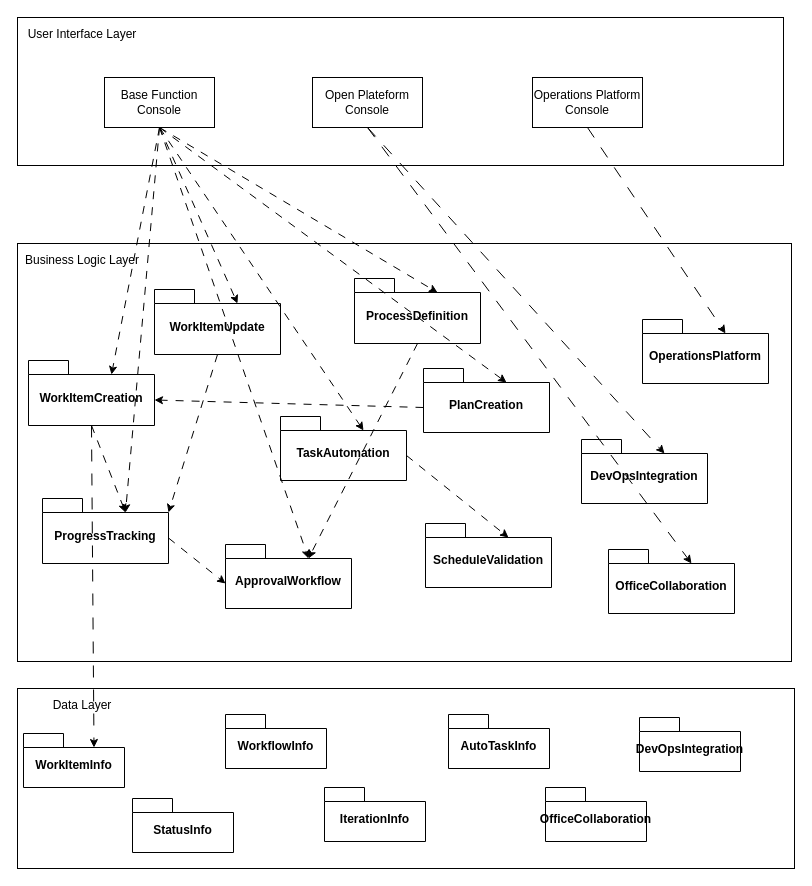
This is 系统逻辑视图.drawio from qf2020/drawio, a draw.io file, before an edit. Source tidied: cells renumbered, new cells numbered last; positions are measured from the earlier drawing's top-left corner, leaving out a move shared by most shapes. Both pictures are drawn from the tidied source at 100%, with x=0, y=0 at pixel (17, 17).
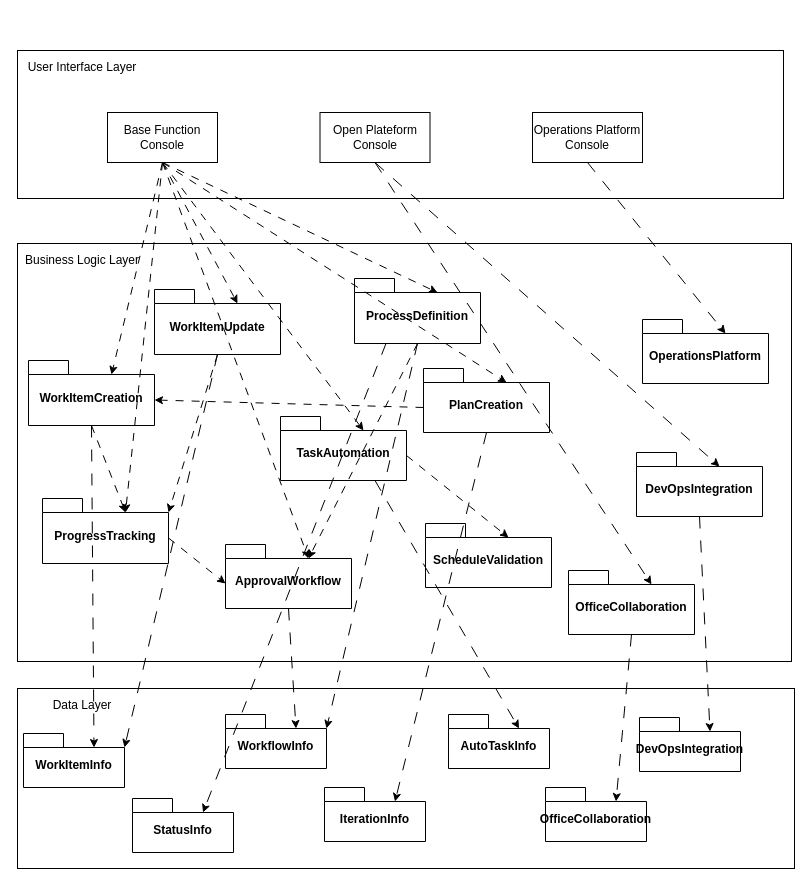
After the change.

Commit message:
更新系统逻辑视图.drawio

The change refers to these unchanged cells:
```xml
<mxCell id="12" value="WorkItemUpdate" style="shape=folder;fontStyle=1;spacingTop=10;tabWidth=40;tabHeight=14;tabPosition=left;html=1;whiteSpace=wrap;" parent="1" vertex="1">
  <mxGeometry x="137" y="272" width="126" height="65" as="geometry" />
</mxCell>
<mxCell id="14" value="ProcessDefinition" style="shape=folder;fontStyle=1;spacingTop=10;tabWidth=40;tabHeight=14;tabPosition=left;html=1;whiteSpace=wrap;" parent="1" vertex="1">
  <mxGeometry x="337" y="261" width="126" height="65" as="geometry" />
</mxCell>
<mxCell id="15" value="ApprovalWorkflow" style="shape=folder;fontStyle=1;spacingTop=10;tabWidth=40;tabHeight=14;tabPosition=left;html=1;whiteSpace=wrap;" parent="1" vertex="1">
  <mxGeometry x="208" y="527" width="126" height="64" as="geometry" />
</mxCell>
<mxCell id="16" value="PlanCreation" style="shape=folder;fontStyle=1;spacingTop=10;tabWidth=40;tabHeight=14;tabPosition=left;html=1;whiteSpace=wrap;" parent="1" vertex="1">
  <mxGeometry x="406" y="351" width="126" height="64" as="geometry" />
</mxCell>
<mxCell id="18" value="TaskAutomation" style="shape=folder;fontStyle=1;spacingTop=10;tabWidth=40;tabHeight=14;tabPosition=left;html=1;whiteSpace=wrap;" parent="1" vertex="1">
  <mxGeometry x="263" y="399" width="126" height="64" as="geometry" />
</mxCell>
<mxCell id="22" value="WorkItemInfo" style="shape=folder;fontStyle=1;spacingTop=10;tabWidth=40;tabHeight=14;tabPosition=left;html=1;whiteSpace=wrap;" parent="1" vertex="1">
  <mxGeometry x="6" y="716" width="101" height="54" as="geometry" />
</mxCell>
<mxCell id="23" value="StatusInfo" style="shape=folder;fontStyle=1;spacingTop=10;tabWidth=40;tabHeight=14;tabPosition=left;html=1;whiteSpace=wrap;" parent="1" vertex="1">
  <mxGeometry x="115" y="781" width="101" height="54" as="geometry" />
</mxCell>
<mxCell id="24" value="WorkflowInfo" style="shape=folder;fontStyle=1;spacingTop=10;tabWidth=40;tabHeight=14;tabPosition=left;html=1;whiteSpace=wrap;" parent="1" vertex="1">
  <mxGeometry x="208" y="697" width="101" height="54" as="geometry" />
</mxCell>
<mxCell id="25" value="IterationInfo" style="shape=folder;fontStyle=1;spacingTop=10;tabWidth=40;tabHeight=14;tabPosition=left;html=1;whiteSpace=wrap;" parent="1" vertex="1">
  <mxGeometry x="307" y="770" width="101" height="54" as="geometry" />
</mxCell>
<mxCell id="26" value="AutoTaskInfo" style="shape=folder;fontStyle=1;spacingTop=10;tabWidth=40;tabHeight=14;tabPosition=left;html=1;whiteSpace=wrap;" parent="1" vertex="1">
  <mxGeometry x="431" y="697" width="101" height="54" as="geometry" />
</mxCell>
<mxCell id="27" value="DevOpsIntegration" style="shape=folder;fontStyle=1;spacingTop=10;tabWidth=40;tabHeight=14;tabPosition=left;html=1;whiteSpace=wrap;" parent="1" vertex="1">
  <mxGeometry x="622" y="700" width="101" height="54" as="geometry" />
</mxCell>
<mxCell id="28" value="OfficeCollaboration" style="shape=folder;fontStyle=1;spacingTop=10;tabWidth=40;tabHeight=14;tabPosition=left;html=1;whiteSpace=wrap;" parent="1" vertex="1">
  <mxGeometry x="528" y="770" width="101" height="54" as="geometry" />
</mxCell>
```

What changed in the source:
```diff
@@
     <mxCell id="2" style="rounded=0;whiteSpace=wrap;html=1;" parent="1" vertex="1">
-      <mxGeometry width="766" height="148" as="geometry" />
+      <mxGeometry y="33" width="766" height="148" as="geometry" />
     </mxCell>
@@
     <mxCell id="5" value="User Interface Layer" style="text;html=1;align=center;verticalAlign=middle;whiteSpace=wrap;rounded=0;" parent="1" vertex="1">
-      <mxGeometry width="130" height="33" as="geometry" />
+      <mxGeometry y="33" width="130" height="33" as="geometry" />
     </mxCell>
@@
     <mxCell id="9" value="Base Function Console" style="html=1;whiteSpace=wrap;" parent="1" vertex="1">
-      <mxGeometry x="87" y="60" width="110" height="50" as="geometry" />
+      <mxGeometry x="90" y="95" width="110" height="50" as="geometry" />
     </mxCell>
     <mxCell id="10" value="Operations Platform Console" style="html=1;whiteSpace=wrap;" parent="1" vertex="1">
-      <mxGeometry x="515" y="60" width="110" height="50" as="geometry" />
+      <mxGeometry x="515" y="95" width="110" height="50" as="geometry" />
     </mxCell>
     <mxCell id="11" value="Open Plateform Console" style="html=1;whiteSpace=wrap;" parent="1" vertex="1">
-      <mxGeometry x="295" y="60" width="110" height="50" as="geometry" />
+      <mxGeometry x="302.5" y="95" width="110" height="50" as="geometry" />
     </mxCell>
@@
     <mxCell id="19" value="DevOpsIntegration" style="shape=folder;fontStyle=1;spacingTop=10;tabWidth=40;tabHeight=14;tabPosition=left;html=1;whiteSpace=wrap;" parent="1" vertex="1">
-      <mxGeometry x="564" y="422" width="126" height="64" as="geometry" />
+      <mxGeometry x="619" y="435" width="126" height="64" as="geometry" />
     </mxCell>
     <mxCell id="20" value="OfficeCollaboration" style="shape=folder;fontStyle=1;spacingTop=10;tabWidth=40;tabHeight=14;tabPosition=left;html=1;whiteSpace=wrap;" parent="1" vertex="1">
-      <mxGeometry x="591" y="532" width="126" height="64" as="geometry" />
+      <mxGeometry x="551" y="553" width="126" height="64" as="geometry" />
     </mxCell>
@@
+    <mxCell id="46" style="rounded=0;jettySize=auto;html=1;exitX=0.5;exitY=1;exitDx=0;exitDy=0;exitPerimeter=0;entryX=0;entryY=0;entryDx=101;entryDy=14;entryPerimeter=0;dashed=1;dashPattern=12 12;" parent="1" edge="1" source="12" target="22">
+      <mxGeometry relative="1" as="geometry" />
+    </mxCell>
+    <mxCell id="47" style="rounded=0;jettySize=auto;html=1;exitX=0.5;exitY=1;exitDx=0;exitDy=0;exitPerimeter=0;entryX=0;entryY=0;entryDx=70.5;entryDy=14;entryPerimeter=0;dashed=1;dashPattern=12 12;" parent="1" edge="1" source="15" target="24">
+      <mxGeometry relative="1" as="geometry" />
+    </mxCell>
+    <mxCell id="48" style="rounded=0;jettySize=auto;html=1;exitX=0.5;exitY=1;exitDx=0;exitDy=0;exitPerimeter=0;entryX=0;entryY=0;entryDx=70.5;entryDy=14;entryPerimeter=0;dashed=1;dashPattern=12 12;" parent="1" edge="1" source="16" target="25">
+      <mxGeometry relative="1" as="geometry" />
+    </mxCell>
+    <mxCell id="49" style="rounded=0;jettySize=auto;html=1;exitX=0.5;exitY=1;exitDx=0;exitDy=0;exitPerimeter=0;entryX=0;entryY=0;entryDx=70.5;entryDy=14;entryPerimeter=0;dashed=1;dashPattern=12 12;" parent="1" edge="1" source="20" target="28">
+      <mxGeometry relative="1" as="geometry" />
+    </mxCell>
+    <mxCell id="50" style="rounded=0;jettySize=auto;html=1;exitX=0.5;exitY=1;exitDx=0;exitDy=0;exitPerimeter=0;entryX=0;entryY=0;entryDx=70.5;entryDy=14;entryPerimeter=0;dashed=1;dashPattern=12 12;" parent="1" edge="1" source="19" target="27">
+      <mxGeometry relative="1" as="geometry" />
+    </mxCell>
+    <mxCell id="51" style="rounded=0;jettySize=auto;html=1;exitX=0.5;exitY=1;exitDx=0;exitDy=0;exitPerimeter=0;entryX=0;entryY=0;entryDx=101;entryDy=14;entryPerimeter=0;dashed=1;dashPattern=12 12;" parent="1" edge="1" source="14" target="24">
+      <mxGeometry relative="1" as="geometry" />
+    </mxCell>
+    <mxCell id="52" style="rounded=0;jettySize=auto;html=1;exitX=0.25;exitY=1;exitDx=0;exitDy=0;exitPerimeter=0;entryX=0;entryY=0;entryDx=70.5;entryDy=14;entryPerimeter=0;dashed=1;dashPattern=12 12;" parent="1" edge="1" source="14" target="23">
+      <mxGeometry relative="1" as="geometry" />
+    </mxCell>
+    <mxCell id="53" style="rounded=0;jettySize=auto;html=1;exitX=0.75;exitY=1;exitDx=0;exitDy=0;exitPerimeter=0;entryX=0;entryY=0;entryDx=70.5;entryDy=14;entryPerimeter=0;dashed=1;dashPattern=12 12;" parent="1" edge="1" source="18" target="26">
+      <mxGeometry relative="1" as="geometry" />
+    </mxCell>
```
